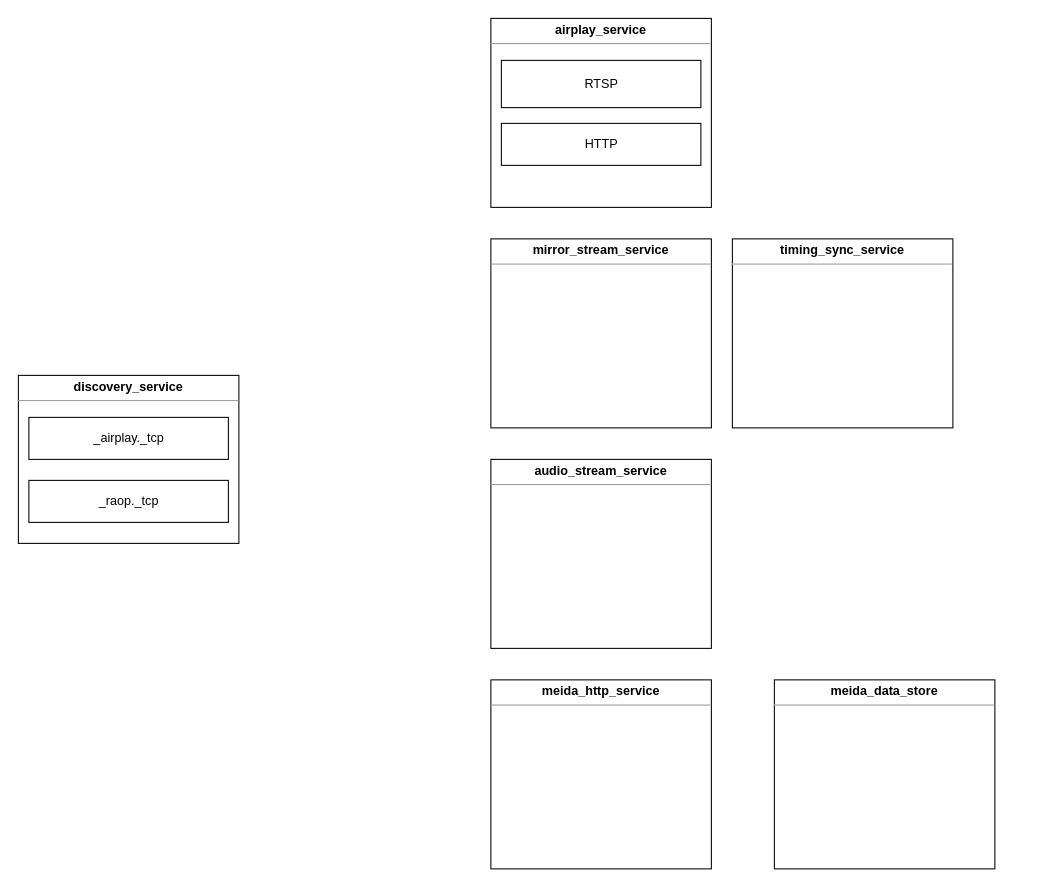
This is dgm/components.drawio from air-display/airplay-internal, a draw.io file, before an edit. Source tidied: cells renumbered, new cells numbered last; positions are measured from the earlier drawing's top-left corner, leaving out a move shared by most shapes. Both pictures are drawn from the tidied source at 105%, with x=0, y=0 at pixel (18, 18).
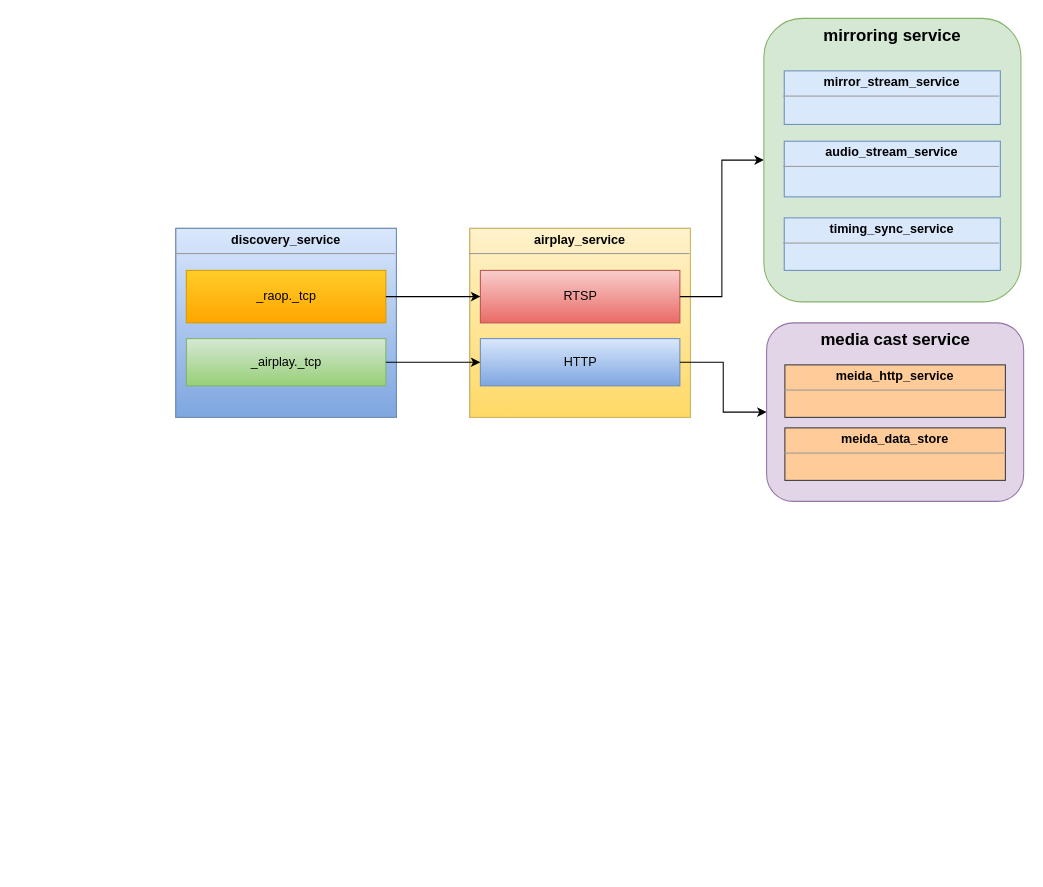
After the change.

Change to the diagram source:
```diff
@@
+    <mxCell id="13" style="group;" parent="1" vertex="1">
+      <mxGeometry x="150" y="200" width="210" height="180" as="geometry" />
+    </mxCell>
+    <mxCell id="14" style="group;gradientColor=#b3b3b3;fillColor=#f5f5f5;strokeColor=#666666;" parent="13" vertex="1">
+      <mxGeometry width="210" height="180" as="geometry" />
+    </mxCell>
-    <mxCell id="2" value="&lt;p style=&quot;margin: 0px ; margin-top: 4px ; text-align: center&quot;&gt;&lt;b&gt;discovery_service&lt;/b&gt;&lt;/p&gt;&lt;hr size=&quot;1&quot;&gt;&lt;div style=&quot;height: 2px&quot;&gt;&lt;/div&gt;" style="verticalAlign=top;align=left;overflow=fill;fontSize=12;fontFamily=Helvetica;html=1;" parent="1" vertex="1">
-      <mxGeometry y="340" width="210" height="160" as="geometry" />
+    <mxCell id="2" value="&lt;p style=&quot;margin: 0px ; margin-top: 4px ; text-align: center&quot;&gt;&lt;b&gt;discovery_service&lt;/b&gt;&lt;/p&gt;&lt;hr size=&quot;1&quot;&gt;&lt;div style=&quot;height: 2px&quot;&gt;&lt;/div&gt;" style="verticalAlign=top;align=left;overflow=fill;fontSize=12;fontFamily=Helvetica;html=1;gradientColor=#7ea6e0;fillColor=#dae8fc;strokeColor=#6c8ebf;" parent="13" vertex="1">
+      <mxGeometry width="210" height="180" as="geometry" />
     </mxCell>
-    <mxCell id="3" value="_airplay._tcp" style="html=1;" parent="1" vertex="1">
-      <mxGeometry x="10" y="380" width="190" height="40" as="geometry" />
+    <mxCell id="3" value="_airplay._tcp" style="html=1;gradientColor=#97d077;fillColor=#d5e8d4;strokeColor=#82b366;" parent="13" vertex="1">
+      <mxGeometry x="10" y="105" width="190" height="45" as="geometry" />
     </mxCell>
-    <mxCell id="4" value="_raop._tcp" style="html=1;" parent="1" vertex="1">
-      <mxGeometry x="10" y="440" width="190" height="40" as="geometry" />
+    <mxCell id="4" value="_raop._tcp" style="html=1;gradientColor=#ffa500;fillColor=#ffcd28;strokeColor=#d79b00;" parent="13" vertex="1">
+      <mxGeometry x="10" y="40" width="190" height="50" as="geometry" />
     </mxCell>
+    <mxCell id="15" style="group;" parent="1" vertex="1">
+      <mxGeometry x="430" y="200" width="210" height="180" as="geometry" />
+    </mxCell>
+    <mxCell id="16" style="group;gradientColor=#7ea6e0;fillColor=#dae8fc;strokeColor=#6c8ebf;" parent="15" vertex="1">
+      <mxGeometry width="210" height="180" as="geometry" />
+    </mxCell>
-    <mxCell id="5" value="&lt;p style=&quot;margin: 0px ; margin-top: 4px ; text-align: center&quot;&gt;&lt;b&gt;airplay_service&lt;/b&gt;&lt;/p&gt;&lt;hr size=&quot;1&quot;&gt;&lt;div style=&quot;height: 2px&quot;&gt;&lt;/div&gt;" style="verticalAlign=top;align=left;overflow=fill;fontSize=12;fontFamily=Helvetica;html=1;" parent="1" vertex="1">
-      <mxGeometry x="450" width="210" height="180" as="geometry" />
+    <mxCell id="5" value="&lt;p style=&quot;margin: 0px ; margin-top: 4px ; text-align: center&quot;&gt;&lt;b&gt;airplay_service&lt;/b&gt;&lt;/p&gt;&lt;hr size=&quot;1&quot;&gt;&lt;div style=&quot;height: 2px&quot;&gt;&lt;/div&gt;" style="verticalAlign=top;align=left;overflow=fill;fontSize=12;fontFamily=Helvetica;html=1;fillColor=#fff2cc;strokeColor=#d6b656;gradientColor=#ffd966;" parent="15" vertex="1">
+      <mxGeometry width="210" height="180" as="geometry" />
     </mxCell>
+    <mxCell id="9" value="RTSP" style="html=1;fillColor=#f8cecc;strokeColor=#b85450;gradientColor=#ea6b66;" parent="15" vertex="1">
+      <mxGeometry x="10" y="40" width="190" height="50" as="geometry" />
+    </mxCell>
+    <mxCell id="10" value="HTTP" style="html=1;fillColor=#dae8fc;strokeColor=#6c8ebf;gradientColor=#7ea6e0;" parent="15" vertex="1">
+      <mxGeometry x="10" y="105" width="190" height="45" as="geometry" />
+    </mxCell>
+    <mxCell id="17" style="edgeStyle=orthogonalEdgeStyle;rounded=0;jettySize=auto;html=1;exitX=1;exitY=0.5;exitDx=0;exitDy=0;entryX=0;entryY=0.5;entryDx=0;entryDy=0;fontSize=16;" parent="1" edge="1" source="4" target="9">
+      <mxGeometry relative="1" as="geometry" />
+    </mxCell>
+    <mxCell id="18" style="edgeStyle=orthogonalEdgeStyle;rounded=0;jettySize=auto;html=1;exitX=1;exitY=0.5;exitDx=0;exitDy=0;fontSize=16;" parent="1" edge="1" source="3" target="10">
+      <mxGeometry relative="1" as="geometry" />
+    </mxCell>
+    <mxCell id="19" style="edgeStyle=orthogonalEdgeStyle;rounded=0;jettySize=auto;html=1;exitX=1;exitY=0.5;exitDx=0;exitDy=0;entryX=0;entryY=0.5;entryDx=0;entryDy=0;fontSize=16;" parent="1" edge="1" source="10" target="23">
+      <mxGeometry relative="1" as="geometry" />
+    </mxCell>
+    <mxCell id="20" style="edgeStyle=orthogonalEdgeStyle;rounded=0;jettySize=auto;html=1;exitX=1;exitY=0.5;exitDx=0;exitDy=0;entryX=0;entryY=0.5;entryDx=0;entryDy=0;fontSize=16;" parent="1" edge="1" source="9" target="21">
+      <mxGeometry relative="1" as="geometry" />
+    </mxCell>
+    <mxCell id="21" value="mirroring service" style="rounded=1;whiteSpace=wrap;html=1;verticalAlign=top;fontSize=16;fontStyle=1;fillColor=#d5e8d4;strokeColor=#82b366;" parent="1" vertex="1">
+      <mxGeometry x="710" width="244.8" height="270" as="geometry" />
+    </mxCell>
-    <mxCell id="6" value="&lt;p style=&quot;margin: 0px ; margin-top: 4px ; text-align: center&quot;&gt;&lt;b&gt;mirror_stream_service&lt;/b&gt;&lt;/p&gt;&lt;hr size=&quot;1&quot;&gt;&lt;div style=&quot;height: 2px&quot;&gt;&lt;/div&gt;" style="verticalAlign=top;align=left;overflow=fill;fontSize=12;fontFamily=Helvetica;html=1;" parent="1" vertex="1">
-      <mxGeometry x="450" y="210" width="210" height="180" as="geometry" />
+    <mxCell id="6" value="&lt;p style=&quot;margin: 0px ; margin-top: 4px ; text-align: center&quot;&gt;&lt;b&gt;mirror_stream_service&lt;/b&gt;&lt;/p&gt;&lt;hr size=&quot;1&quot;&gt;&lt;div style=&quot;height: 2px&quot;&gt;&lt;/div&gt;" style="verticalAlign=top;align=left;overflow=fill;fontSize=12;fontFamily=Helvetica;html=1;fillColor=#dae8fc;strokeColor=#6c8ebf;" parent="1" vertex="1">
+      <mxGeometry x="729.4" y="50" width="205.8" height="51" as="geometry" />
     </mxCell>
-    <mxCell id="7" value="&lt;p style=&quot;margin: 0px ; margin-top: 4px ; text-align: center&quot;&gt;&lt;b&gt;audio_stream_service&lt;/b&gt;&lt;/p&gt;&lt;hr size=&quot;1&quot;&gt;&lt;div style=&quot;height: 2px&quot;&gt;&lt;/div&gt;" style="verticalAlign=top;align=left;overflow=fill;fontSize=12;fontFamily=Helvetica;html=1;" parent="1" vertex="1">
-      <mxGeometry x="450" y="420" width="210" height="180" as="geometry" />
+    <mxCell id="7" value="&lt;p style=&quot;margin: 0px ; margin-top: 4px ; text-align: center&quot;&gt;&lt;b&gt;audio_stream_service&lt;/b&gt;&lt;/p&gt;&lt;hr size=&quot;1&quot;&gt;&lt;div style=&quot;height: 2px&quot;&gt;&lt;/div&gt;" style="verticalAlign=top;align=left;overflow=fill;fontSize=12;fontFamily=Helvetica;html=1;fillColor=#dae8fc;strokeColor=#6c8ebf;" parent="1" vertex="1">
+      <mxGeometry x="729.4" y="117" width="205.8" height="53" as="geometry" />
     </mxCell>
-    <mxCell id="8" value="&lt;p style=&quot;margin: 0px ; margin-top: 4px ; text-align: center&quot;&gt;&lt;b&gt;timing_sync_service&lt;/b&gt;&lt;/p&gt;&lt;hr size=&quot;1&quot;&gt;&lt;div style=&quot;height: 2px&quot;&gt;&lt;/div&gt;" style="verticalAlign=top;align=left;overflow=fill;fontSize=12;fontFamily=Helvetica;html=1;" parent="1" vertex="1">
-      <mxGeometry x="680" y="210" width="210" height="180" as="geometry" />
+    <mxCell id="8" value="&lt;p style=&quot;margin: 0px ; margin-top: 4px ; text-align: center&quot;&gt;&lt;b&gt;timing_sync_service&lt;/b&gt;&lt;/p&gt;&lt;hr size=&quot;1&quot;&gt;&lt;div style=&quot;height: 2px&quot;&gt;&lt;/div&gt;" style="verticalAlign=top;align=left;overflow=fill;fontSize=12;fontFamily=Helvetica;html=1;fillColor=#dae8fc;strokeColor=#6c8ebf;" parent="1" vertex="1">
+      <mxGeometry x="729.4" y="190" width="205.8" height="50" as="geometry" />
     </mxCell>
-    <mxCell id="9" value="RTSP" style="html=1;" parent="1" vertex="1">
-      <mxGeometry x="460" y="40" width="190" height="45" as="geometry" />
-    </mxCell>
-    <mxCell id="10" value="HTTP" style="html=1;" parent="1" vertex="1">
-      <mxGeometry x="460" y="100" width="190" height="40" as="geometry" />
-    </mxCell>
+    <mxCell id="22" style="group;" parent="1" vertex="1">
+      <mxGeometry x="712.6" y="290" width="244.8" height="170" as="geometry" />
+    </mxCell>
+    <mxCell id="23" value="media cast service" style="rounded=1;whiteSpace=wrap;html=1;verticalAlign=top;fontSize=16;fontStyle=1;fillColor=#e1d5e7;strokeColor=#9673a6;" parent="22" vertex="1">
+      <mxGeometry width="244.8" height="170" as="geometry" />
+    </mxCell>
-    <mxCell id="11" value="&lt;p style=&quot;margin: 0px ; margin-top: 4px ; text-align: center&quot;&gt;&lt;b&gt;meida&lt;/b&gt;&lt;b&gt;_http_service&lt;/b&gt;&lt;/p&gt;&lt;hr size=&quot;1&quot;&gt;&lt;div style=&quot;height: 2px&quot;&gt;&lt;/div&gt;" style="verticalAlign=top;align=left;overflow=fill;fontSize=12;fontFamily=Helvetica;html=1;" parent="1" vertex="1">
-      <mxGeometry x="450" y="630" width="210" height="180" as="geometry" />
+    <mxCell id="11" value="&lt;p style=&quot;margin: 0px ; margin-top: 4px ; text-align: center&quot;&gt;&lt;b&gt;meida&lt;/b&gt;&lt;b&gt;_http_service&lt;/b&gt;&lt;/p&gt;&lt;hr size=&quot;1&quot;&gt;&lt;div style=&quot;height: 2px&quot;&gt;&lt;/div&gt;" style="verticalAlign=top;align=left;overflow=fill;fontSize=12;fontFamily=Helvetica;html=1;fillColor=#ffcc99;strokeColor=#36393d;" parent="22" vertex="1">
+      <mxGeometry x="17.4" y="40" width="210" height="50" as="geometry" />
     </mxCell>
-    <mxCell id="12" value="&lt;p style=&quot;margin: 0px ; margin-top: 4px ; text-align: center&quot;&gt;&lt;b&gt;meida&lt;/b&gt;&lt;b&gt;_data_store&lt;/b&gt;&lt;/p&gt;&lt;hr size=&quot;1&quot;&gt;&lt;div style=&quot;height: 2px&quot;&gt;&lt;/div&gt;" style="verticalAlign=top;align=left;overflow=fill;fontSize=12;fontFamily=Helvetica;html=1;" parent="1" vertex="1">
-      <mxGeometry x="720" y="630" width="210" height="180" as="geometry" />
+    <mxCell id="12" value="&lt;p style=&quot;margin: 0px ; margin-top: 4px ; text-align: center&quot;&gt;&lt;b&gt;meida&lt;/b&gt;&lt;b&gt;_data_store&lt;/b&gt;&lt;/p&gt;&lt;hr size=&quot;1&quot;&gt;&lt;div style=&quot;height: 2px&quot;&gt;&lt;/div&gt;" style="verticalAlign=top;align=left;overflow=fill;fontSize=12;fontFamily=Helvetica;html=1;fillColor=#ffcc99;strokeColor=#36393d;" parent="22" vertex="1">
+      <mxGeometry x="17.4" y="100" width="210" height="50" as="geometry" />
     </mxCell>
```
